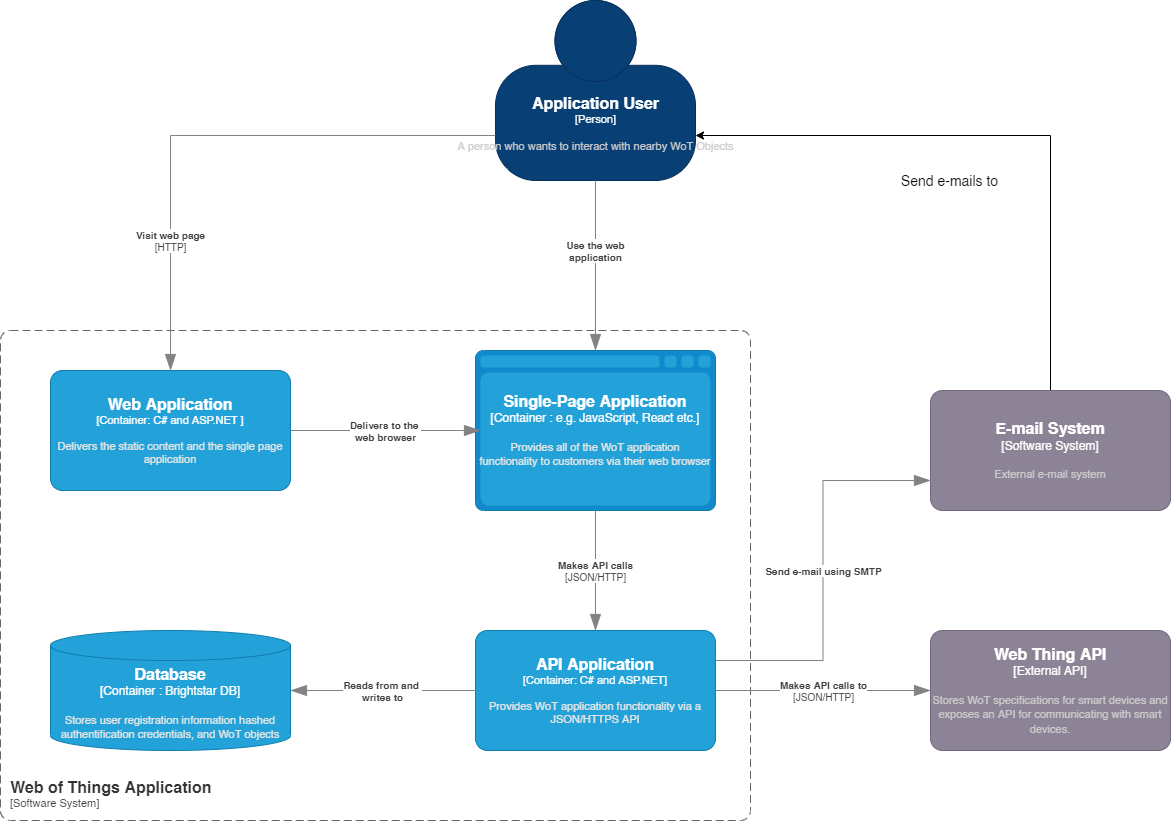
The draw.io diagram diagrams/c4-level2.drawio.png in anav238/Web-of-Things-Platform, before a commit. Source tidied: cells renumbered, new cells last; positions are measured from the earlier drawing's top-left corner, leaving out a move shared by most shapes.
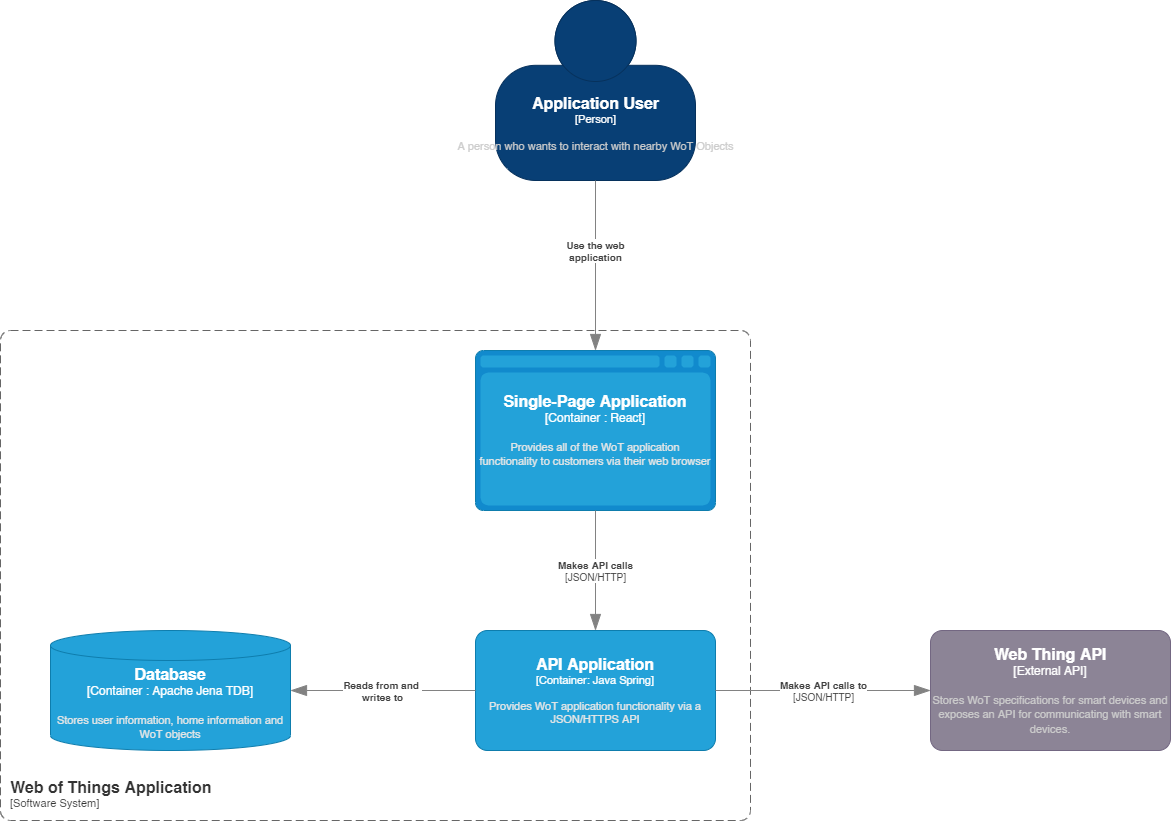
After the commit.

What changed in the source:
```diff
@@ -12,39 +12,21 @@
         <mxGeometry y="330" width="750" height="490" as="geometry" />
       </mxCell>
     </object>
-    <object id="4" label="&lt;font style=&quot;font-size: 16px&quot;&gt;&lt;b&gt;%c4Name%&lt;/b&gt;&lt;/font&gt;&lt;div&gt;[%c4Type%: %c4Technology%]&lt;/div&gt;&lt;br&gt;&lt;div&gt;&lt;font style=&quot;font-size: 11px&quot;&gt;&lt;font color=&quot;#E6E6E6&quot;&gt;%c4Description%&lt;/font&gt;&lt;/div&gt;" c4Description="Delivers the static content and the single page application" c4Name="Web Application" c4Technology="C# and ASP.NET " c4Type="Container" placeholders="1">
-      <mxCell style="rounded=1;whiteSpace=wrap;html=1;fontSize=11;labelBackgroundColor=none;fillColor=#23A2D9;fontColor=#ffffff;align=center;arcSize=10;strokeColor=#0E7DAD;points=[[0.25,0,0],[0.5,0,0],[0.75,0,0],[1,0.25,0],[1,0.5,0],[1,0.75,0],[0.75,1,0],[0.5,1,0],[0.25,1,0],[0,0.75,0],[0,0.5,0],[0,0.25,0]];" parent="1" vertex="1">
-        <mxGeometry x="50" y="370" width="240" height="120" as="geometry" />
-      </mxCell>
-    </object>
-    <object id="5" label="&lt;font style=&quot;font-size: 16px&quot;&gt;&lt;b&gt;%c4Type%&lt;/font&gt;&lt;div&gt;[%c4Container%:&amp;nbsp;%c4Technology%]&lt;/div&gt;&lt;br&gt;&lt;div&gt;&lt;font style=&quot;font-size: 11px&quot;&gt;&lt;font color=&quot;#E6E6E6&quot;&gt;%c4Description%&lt;/font&gt;&lt;/div&gt;" c4Container="Container " c4Description="Provides all of the WoT application&#10;functionality to customers via their web browser" c4Technology="e.g. JavaScript, React etc." c4Type="Single-Page Application" placeholders="1">
+    <object id="5" label="&lt;font style=&quot;font-size: 16px&quot;&gt;&lt;b&gt;%c4Type%&lt;/font&gt;&lt;div&gt;[%c4Container%:&amp;nbsp;%c4Technology%]&lt;/div&gt;&lt;br&gt;&lt;div&gt;&lt;font style=&quot;font-size: 11px&quot;&gt;&lt;font color=&quot;#E6E6E6&quot;&gt;%c4Description%&lt;/font&gt;&lt;/div&gt;" c4Container="Container " c4Description="Provides all of the WoT application&#10;functionality to customers via their web browser" c4Technology="React" c4Type="Single-Page Application" placeholders="1">
       <mxCell style="shape=mxgraph.c4.webBrowserContainer;whiteSpace=wrap;html=1;boundedLbl=1;rounded=0;labelBackgroundColor=none;fillColor=#118ACD;fontSize=12;fontColor=#ffffff;align=center;strokeColor=#0E7DAD;points=[[0.5,0,0],[1,0.25,0],[1,0.5,0],[1,0.75,0],[0.5,1,0],[0,0.75,0],[0,0.5,0],[0,0.25,0]];" parent="1" vertex="1">
         <mxGeometry x="475" y="350" width="240" height="160" as="geometry" />
       </mxCell>
     </object>
-    <object id="6" label="&lt;font style=&quot;font-size: 16px&quot;&gt;&lt;b&gt;%c4Type%&lt;/font&gt;&lt;div&gt;[%c4Container%:&amp;nbsp;%c4Technology%]&lt;/div&gt;&lt;br&gt;&lt;div&gt;&lt;font style=&quot;font-size: 11px&quot;&gt;&lt;font color=&quot;#E6E6E6&quot;&gt;%c4Description%&lt;/font&gt;&lt;/div&gt;" c4Container="Container " c4Description="Stores user registration information hashed authentification credentials, and WoT objects" c4Technology="Brightstar DB" c4Type="Database" placeholders="1">
+    <object id="6" label="&lt;font style=&quot;font-size: 16px&quot;&gt;&lt;b&gt;%c4Type%&lt;/font&gt;&lt;div&gt;[%c4Container%:&amp;nbsp;%c4Technology%]&lt;/div&gt;&lt;br&gt;&lt;div&gt;&lt;font style=&quot;font-size: 11px&quot;&gt;&lt;font color=&quot;#E6E6E6&quot;&gt;%c4Description%&lt;/font&gt;&lt;/div&gt;" c4Container="Container " c4Description="Stores user information, home information and WoT objects" c4Technology="Apache Jena TDB" c4Type="Database" placeholders="1">
       <mxCell style="shape=cylinder3;size=15;whiteSpace=wrap;html=1;boundedLbl=1;rounded=0;labelBackgroundColor=none;fillColor=#23A2D9;fontSize=12;fontColor=#ffffff;align=center;strokeColor=#0E7DAD;points=[[0.5,0,0],[1,0.25,0],[1,0.5,0],[1,0.75,0],[0.5,1,0],[0,0.75,0],[0,0.5,0],[0,0.25,0]];" parent="1" vertex="1">
         <mxGeometry x="50" y="630" width="240" height="120" as="geometry" />
       </mxCell>
     </object>
-    <object id="7" label="&lt;font style=&quot;font-size: 16px&quot;&gt;&lt;b&gt;%c4Name%&lt;/b&gt;&lt;/font&gt;&lt;div&gt;[%c4Type%: %c4Technology%]&lt;/div&gt;&lt;br&gt;&lt;div&gt;&lt;font style=&quot;font-size: 11px&quot;&gt;&lt;font color=&quot;#E6E6E6&quot;&gt;%c4Description%&lt;/font&gt;&lt;/div&gt;" c4Description="Provides WoT application functionality via a JSON/HTTPS API" c4Name="API Application" c4Technology="C# and ASP.NET" c4Type="Container" placeholders="1">
+    <object id="7" label="&lt;font style=&quot;font-size: 16px&quot;&gt;&lt;b&gt;%c4Name%&lt;/b&gt;&lt;/font&gt;&lt;div&gt;[%c4Type%: %c4Technology%]&lt;/div&gt;&lt;br&gt;&lt;div&gt;&lt;font style=&quot;font-size: 11px&quot;&gt;&lt;font color=&quot;#E6E6E6&quot;&gt;%c4Description%&lt;/font&gt;&lt;/div&gt;" c4Description="Provides WoT application functionality via a JSON/HTTPS API" c4Name="API Application" c4Technology="Java Spring" c4Type="Container" placeholders="1">
       <mxCell style="rounded=1;whiteSpace=wrap;html=1;fontSize=11;labelBackgroundColor=none;fillColor=#23A2D9;fontColor=#ffffff;align=center;arcSize=10;strokeColor=#0E7DAD;points=[[0.25,0,0],[0.5,0,0],[0.75,0,0],[1,0.25,0],[1,0.5,0],[1,0.75,0],[0.75,1,0],[0.5,1,0],[0.25,1,0],[0,0.75,0],[0,0.5,0],[0,0.25,0]];" parent="1" vertex="1">
         <mxGeometry x="475" y="630" width="240" height="120" as="geometry" />
       </mxCell>
     </object>
-    <mxCell id="8" style="edgeStyle=orthogonalEdgeStyle;rounded=0;jettySize=auto;html=1;exitX=0.5;exitY=0;exitDx=0;exitDy=0;exitPerimeter=0;entryX=1;entryY=0.75;entryDx=0;entryDy=0;entryPerimeter=0;" parent="1" edge="1" source="10" target="2">
-      <mxGeometry relative="1" as="geometry" />
-    </mxCell>
-    <mxCell id="9" value="&lt;font style=&quot;font-size: 14px&quot;&gt;Send e-mails to&lt;/font&gt;" style="edgeLabel;html=1;align=center;verticalAlign=middle;" parent="8" vertex="1">
-      <mxGeometry x="-0.34" y="3" relative="1" as="geometry">
-        <mxPoint x="-99" y="-8" as="offset" />
-      </mxGeometry>
-    </mxCell>
-    <object id="10" label="&lt;font style=&quot;font-size: 16px&quot;&gt;&lt;b&gt;%c4Name%&lt;/b&gt;&lt;/font&gt;&lt;div&gt;[%c4Type%]&lt;/div&gt;&lt;br&gt;&lt;div&gt;&lt;font style=&quot;font-size: 11px&quot;&gt;&lt;font color=&quot;#cccccc&quot;&gt;%c4Description%&lt;/font&gt;&lt;/div&gt;" c4Description="External e-mail system" c4Name="E-mail System" c4Type="Software System" placeholders="1">
-      <mxCell style="rounded=1;whiteSpace=wrap;html=1;labelBackgroundColor=none;fillColor=#8C8496;fontColor=#ffffff;align=center;arcSize=10;strokeColor=#736782;points=[[0.25,0,0],[0.5,0,0],[0.75,0,0],[1,0.25,0],[1,0.5,0],[1,0.75,0],[0.75,1,0],[0.5,1,0],[0.25,1,0],[0,0.75,0],[0,0.5,0],[0,0.25,0]];" parent="1" vertex="1">
-        <mxGeometry x="930" y="390" width="240" height="120" as="geometry" />
-      </mxCell>
-    </object>
     <object id="11" label="&lt;font style=&quot;font-size: 16px&quot;&gt;&lt;b&gt;%c4Name%&lt;/b&gt;&lt;/font&gt;&lt;div&gt;[%c4Type%]&lt;/div&gt;&lt;br&gt;&lt;div&gt;&lt;font style=&quot;font-size: 11px&quot;&gt;&lt;font color=&quot;#cccccc&quot;&gt;%c4Description%&lt;/font&gt;&lt;/div&gt;" c4Description="Stores WoT specifications for smart devices and exposes an API for communicating with smart devices. " c4Name="Web Thing API" c4Type="External API" placeholders="1">
       <mxCell style="rounded=1;whiteSpace=wrap;html=1;labelBackgroundColor=none;fillColor=#8C8496;fontColor=#ffffff;align=center;arcSize=10;strokeColor=#736782;points=[[0.25,0,0],[0.5,0,0],[0.75,0,0],[1,0.25,0],[1,0.5,0],[1,0.75,0],[0.75,1,0],[0.5,1,0],[0.25,1,0],[0,0.75,0],[0,0.5,0],[0,0.25,0]];" parent="1" vertex="1">
         <mxGeometry x="930" y="630" width="240" height="120" as="geometry" />
@@ -55,11 +37,6 @@
         <mxGeometry relative="1" as="geometry" />
       </mxCell>
     </object>
-    <object id="13" label="&lt;div style=&quot;text-align: left&quot;&gt;&lt;div style=&quot;text-align: center&quot;&gt;&lt;b&gt;%c4Description%&lt;/b&gt;&lt;/div&gt;" c4Description="Send e-mail using SMTP" c4Type="Relationship" placeholders="1">
-      <mxCell style="endArrow=blockThin;html=1;fontSize=10;fontColor=#404040;strokeWidth=1;endFill=1;strokeColor=#828282;elbow=vertical;endSize=14;startSize=14;jumpStyle=arc;jumpSize=16;rounded=0;edgeStyle=orthogonalEdgeStyle;exitX=1;exitY=0.25;exitDx=0;exitDy=0;exitPerimeter=0;entryX=0;entryY=0.75;entryDx=0;entryDy=0;entryPerimeter=0;" parent="1" edge="1" source="7" target="10">
-        <mxGeometry relative="1" as="geometry" />
-      </mxCell>
-    </object>
     <object id="14" label="&lt;div style=&quot;text-align: left&quot;&gt;&lt;div style=&quot;text-align: center&quot;&gt;&lt;b&gt;%c4Description%&lt;/b&gt;&lt;/div&gt;&lt;div style=&quot;text-align: center&quot;&gt;[%c4Technology%]&lt;/div&gt;&lt;/div&gt;" c4Description="Makes API calls" c4Technology="JSON/HTTP" c4Type="Relationship" placeholders="1">
       <mxCell style="endArrow=blockThin;html=1;fontSize=10;fontColor=#404040;strokeWidth=1;endFill=1;strokeColor=#828282;elbow=vertical;endSize=14;startSize=14;jumpStyle=arc;jumpSize=16;rounded=0;edgeStyle=orthogonalEdgeStyle;exitX=0.5;exitY=1;exitDx=0;exitDy=0;exitPerimeter=0;entryX=0.5;entryY=0;entryDx=0;entryDy=0;entryPerimeter=0;" parent="1" edge="1" source="5" target="7">
         <mxGeometry relative="1" as="geometry" />
@@ -70,18 +47,6 @@
         <mxGeometry relative="1" as="geometry" />
       </mxCell>
     </object>
-    <object id="16" label="&lt;div style=&quot;text-align: left&quot;&gt;&lt;div style=&quot;text-align: center&quot;&gt;&lt;b&gt;%c4Description%&lt;/b&gt;&lt;/div&gt;" c4Description="Delivers to the &#10;web browser" c4Type="Relationship" placeholders="1">
-      <mxCell style="endArrow=blockThin;html=1;fontSize=10;fontColor=#404040;strokeWidth=1;endFill=1;strokeColor=#828282;elbow=vertical;endSize=14;startSize=14;jumpStyle=arc;jumpSize=16;rounded=0;edgeStyle=orthogonalEdgeStyle;exitX=1;exitY=0.5;exitDx=0;exitDy=0;exitPerimeter=0;" parent="1" edge="1" source="4">
-        <mxGeometry relative="1" as="geometry">
-          <mxPoint x="480" y="430" as="targetPoint" />
-        </mxGeometry>
-      </mxCell>
-    </object>
-    <object id="17" label="&lt;div style=&quot;text-align: left&quot;&gt;&lt;div style=&quot;text-align: center&quot;&gt;&lt;b&gt;%c4Description%&lt;/b&gt;&lt;/div&gt;&lt;div style=&quot;text-align: center&quot;&gt;[%c4Technology%]&lt;/div&gt;&lt;/div&gt;" c4Description="Visit web page" c4Technology="HTTP" c4Type="Relationship" placeholders="1">
-      <mxCell style="endArrow=blockThin;html=1;fontSize=10;fontColor=#404040;strokeWidth=1;endFill=1;strokeColor=#828282;elbow=vertical;endSize=14;startSize=14;jumpStyle=arc;jumpSize=16;rounded=0;edgeStyle=orthogonalEdgeStyle;exitX=0;exitY=0.75;exitDx=0;exitDy=0;exitPerimeter=0;entryX=0.5;entryY=0;entryDx=0;entryDy=0;entryPerimeter=0;" parent="1" edge="1" source="2" target="4">
-        <mxGeometry x="0.54" relative="1" as="geometry" />
-      </mxCell>
-    </object>
     <object id="18" label="&lt;div style=&quot;text-align: left&quot;&gt;&lt;div style=&quot;text-align: center&quot;&gt;&lt;b&gt;%c4Description%&lt;/b&gt;&lt;/div&gt;" c4Description="Use the web&#10;application" c4Type="Relationship" placeholders="1">
       <mxCell style="endArrow=blockThin;html=1;fontSize=10;fontColor=#404040;strokeWidth=1;endFill=1;strokeColor=#828282;elbow=vertical;endSize=14;startSize=14;jumpStyle=arc;jumpSize=16;rounded=0;edgeStyle=orthogonalEdgeStyle;exitX=0.5;exitY=1;exitDx=0;exitDy=0;exitPerimeter=0;entryX=0.5;entryY=0;entryDx=0;entryDy=0;entryPerimeter=0;" parent="1" edge="1" source="2" target="5">
         <mxGeometry x="-0.18" relative="1" as="geometry" />
```
